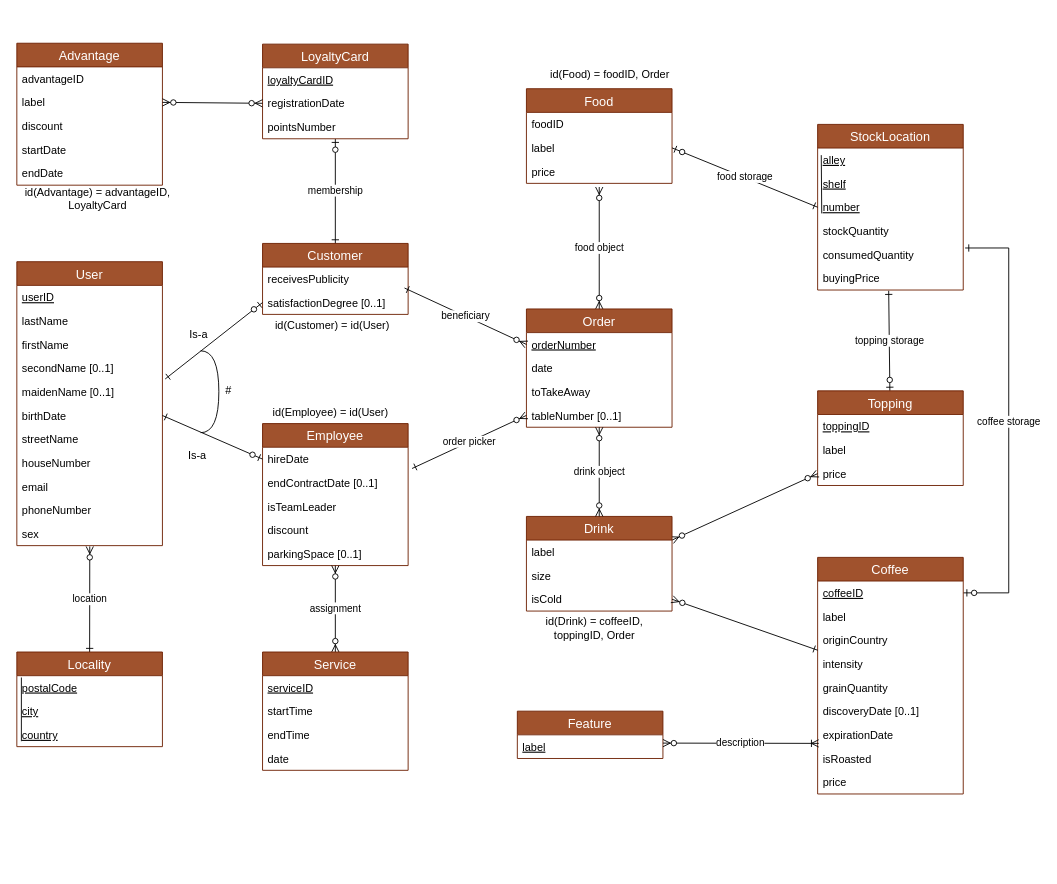
Earlier version of the draw.io diagram SchemaEA.drawio (DrakeXorn/CoffIG). Source tidied: cells renumbered, new cells numbered last; positions are measured from the earlier drawing's top-left corner, leaving out a move shared by most shapes. Both pictures are drawn from the tidied source at 91%, with x=0, y=0 at pixel (15, 43).
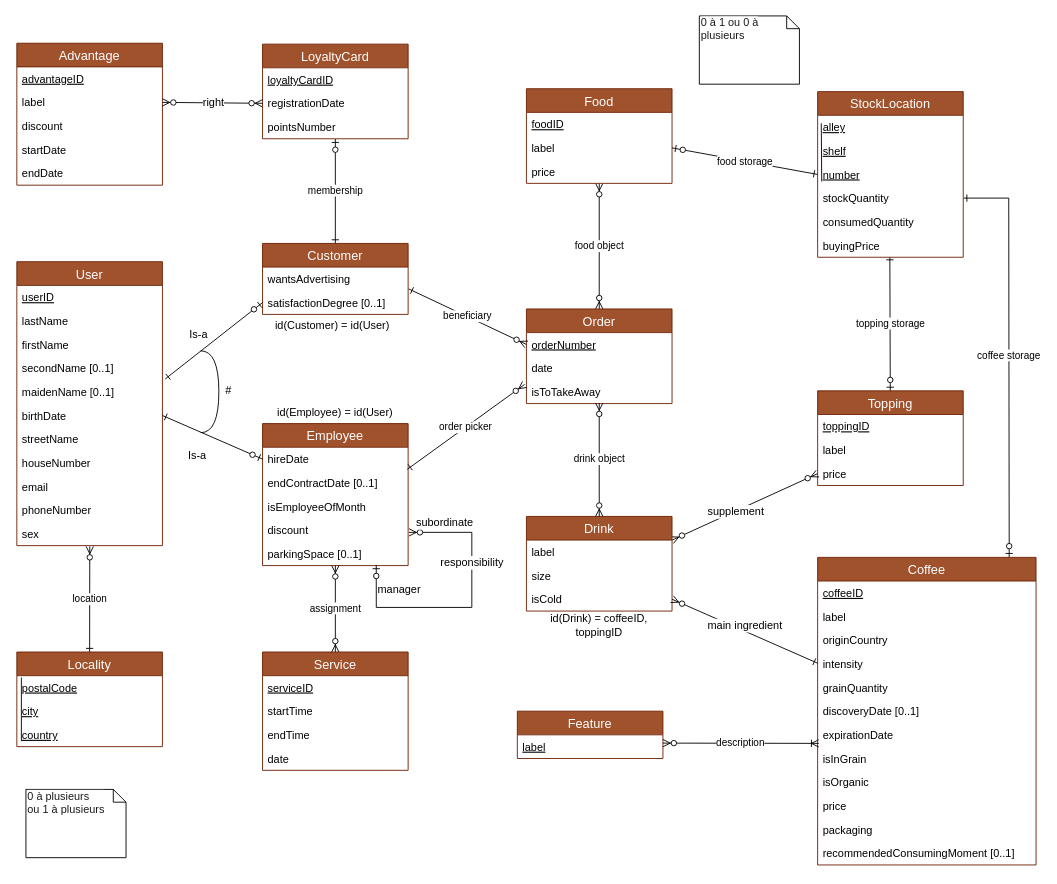
Above is the later version.

Commit message:
maj du schema mardi

Unchanged cells that the change refers to:
```xml
<mxCell id="4" value="orderNumber" style="text;strokeColor=none;fillColor=none;spacingLeft=4;spacingRight=4;overflow=hidden;points=[[0,0.5],[1,0.5]];portConstraint=eastwest;fontSize=12;fontStyle=4;" parent="3" vertex="1">
  <mxGeometry y="26" width="160" height="26" as="geometry" />
</mxCell>
<mxCell id="8" value="Food" style="swimlane;fontStyle=0;horizontal=1;startSize=26;fillColor=#a0522d;swimlaneFillColor=#ffffff;align=center;fontSize=14;strokeColor=#6D1F00;fontColor=#ffffff;" parent="1" vertex="1">
  <mxGeometry x="561" y="50" width="160" height="104" as="geometry" />
</mxCell>
<mxCell id="11" value="price" style="text;strokeColor=none;fillColor=none;spacingLeft=4;spacingRight=4;overflow=hidden;points=[[0,0.5],[1,0.5]];portConstraint=eastwest;fontSize=12;" parent="8" vertex="1">
  <mxGeometry y="78" width="160" height="26" as="geometry" />
</mxCell>
<mxCell id="13" value="Topping" style="swimlane;fontStyle=0;horizontal=1;startSize=26;fillColor=#a0522d;swimlaneFillColor=#ffffff;align=center;fontSize=14;strokeColor=#6D1F00;fontColor=#ffffff;" parent="1" vertex="1">
  <mxGeometry x="881" y="382" width="160" height="104" as="geometry" />
</mxCell>
<mxCell id="17" style="edgeStyle=none;rounded=0;jettySize=auto;html=1;exitX=1;exitY=0.25;exitDx=0;exitDy=0;entryX=0;entryY=0.5;entryDx=0;entryDy=0;startArrow=ERzeroToMany;startFill=1;endArrow=ERzeroToMany;endFill=1;" parent="1" edge="1" source="18" target="16">
  <mxGeometry relative="1" as="geometry" />
</mxCell>
<mxCell id="18" value="Drink" style="swimlane;fontStyle=0;horizontal=1;startSize=26;fillColor=#a0522d;swimlaneFillColor=#ffffff;align=center;fontSize=14;strokeColor=#6D1F00;fontColor=#ffffff;" parent="1" vertex="1">
  <mxGeometry x="561" y="520" width="160" height="104" as="geometry" />
</mxCell>
<mxCell id="39" value="stockQuantity" style="text;strokeColor=none;fillColor=none;spacingLeft=4;spacingRight=4;overflow=hidden;points=[[0,0.5],[1,0.5]];portConstraint=eastwest;fontSize=12;" parent="35" vertex="1">
  <mxGeometry y="104" width="160" height="26" as="geometry" />
</mxCell>
<mxCell id="40" value="consumedQuantity" style="text;strokeColor=none;fillColor=none;spacingLeft=4;spacingRight=4;overflow=hidden;points=[[0,0.5],[1,0.5]];portConstraint=eastwest;fontSize=12;" parent="35" vertex="1">
  <mxGeometry y="130" width="160" height="26" as="geometry" />
</mxCell>
<mxCell id="41" value="buyingPrice" style="text;strokeColor=none;fillColor=none;spacingLeft=4;spacingRight=4;overflow=hidden;points=[[0,0.5],[1,0.5]];portConstraint=eastwest;fontSize=12;" parent="35" vertex="1">
  <mxGeometry y="156" width="160" height="26" as="geometry" />
</mxCell>
<mxCell id="63" value="Customer" style="swimlane;fontStyle=0;horizontal=1;startSize=26;fillColor=#a0522d;swimlaneFillColor=#ffffff;align=center;fontSize=14;strokeColor=#6D1F00;fontColor=#ffffff;" parent="1" vertex="1">
  <mxGeometry x="271" y="220" width="160" height="78" as="geometry" />
</mxCell>
<mxCell id="65" value="satisfactionDegree [0..1]" style="text;strokeColor=none;fillColor=none;spacingLeft=4;spacingRight=4;overflow=hidden;points=[[0,0.5],[1,0.5]];portConstraint=eastwest;fontSize=12;" parent="63" vertex="1">
  <mxGeometry y="52" width="160" height="26" as="geometry" />
</mxCell>
<mxCell id="66" value="Employee" style="swimlane;fontStyle=0;horizontal=1;startSize=26;fillColor=#a0522d;swimlaneFillColor=#ffffff;align=center;fontSize=14;strokeColor=#6D1F00;fontColor=#ffffff;" parent="1" vertex="1">
  <mxGeometry x="271" y="418" width="160" height="156" as="geometry" />
</mxCell>
<mxCell id="67" value="hireDate" style="text;strokeColor=none;fillColor=none;spacingLeft=4;spacingRight=4;overflow=hidden;points=[[0,0.5],[1,0.5]];portConstraint=eastwest;fontSize=12;" parent="66" vertex="1">
  <mxGeometry y="26" width="160" height="26" as="geometry" />
</mxCell>
<mxCell id="70" value="discount" style="text;strokeColor=none;fillColor=none;spacingLeft=4;spacingRight=4;overflow=hidden;points=[[0,0.5],[1,0.5]];portConstraint=eastwest;fontSize=12;" parent="66" vertex="1">
  <mxGeometry y="104" width="160" height="26" as="geometry" />
</mxCell>
<mxCell id="71" value="parkingSpace [0..1]" style="text;strokeColor=none;fillColor=none;spacingLeft=4;spacingRight=4;overflow=hidden;points=[[0,0.5],[1,0.5]];portConstraint=eastwest;fontSize=12;" parent="66" vertex="1">
  <mxGeometry y="130" width="160" height="26" as="geometry" />
</mxCell>
<mxCell id="82" value="Advantage" style="swimlane;fontStyle=0;horizontal=1;startSize=26;fillColor=#a0522d;swimlaneFillColor=#ffffff;align=center;fontSize=14;strokeColor=#6D1F00;fontColor=#ffffff;" parent="1" vertex="1">
  <mxGeometry x="1" width="160" height="156" as="geometry" />
</mxCell>
<mxCell id="89" style="edgeStyle=none;rounded=0;jettySize=auto;html=1;exitX=1;exitY=0.5;exitDx=0;exitDy=0;startArrow=ERzeroToMany;startFill=1;endArrow=ERone;endFill=0;" parent="1" edge="1" source="21" target="23">
  <mxGeometry relative="1" as="geometry" />
</mxCell>
<mxCell id="95" style="edgeStyle=none;rounded=0;jettySize=auto;html=1;exitX=0;exitY=0.5;exitDx=0;exitDy=0;entryX=1;entryY=0.5;entryDx=0;entryDy=0;startArrow=ERzeroToMany;startFill=1;endArrow=ERzeroToMany;endFill=1;" parent="1" edge="1" source="80" target="84">
  <mxGeometry relative="1" as="geometry" />
</mxCell>
```

Diff of the diagram source:
```diff
@@
-    <mxCell id="2" value="food object" style="edgeStyle=none;rounded=0;orthogonalLoop=1;jettySize=auto;html=1;startArrow=ERzeroToMany;startFill=1;endArrow=ERzeroToMany;endFill=1;" parent="1" edge="1">
+    <mxCell id="2" value="food object" style="edgeStyle=none;rounded=0;jettySize=auto;html=1;startArrow=ERzeroToMany;startFill=1;endArrow=ERzeroToMany;endFill=1;" parent="1" edge="1" target="11">
       <mxGeometry relative="1" as="geometry">
         <mxPoint x="641" y="292" as="sourcePoint" />
-        <mxPoint x="641" y="158" as="targetPoint" />
       </mxGeometry>
     </mxCell>
     <mxCell id="3" value="Order" style="swimlane;fontStyle=0;horizontal=1;startSize=26;fillColor=#a0522d;swimlaneFillColor=#ffffff;align=center;fontSize=14;strokeColor=#6D1F00;fontColor=#ffffff;" parent="1" vertex="1">
-      <mxGeometry x="561" y="292" width="160" height="130" as="geometry" />
+      <mxGeometry x="561" y="292" width="160" height="104" as="geometry" />
     </mxCell>
@@
-    <mxCell id="6" value="toTakeAway" style="text;strokeColor=none;fillColor=none;spacingLeft=4;spacingRight=4;overflow=hidden;points=[[0,0.5],[1,0.5]];portConstraint=eastwest;fontSize=12;" parent="3" vertex="1">
+    <mxCell id="6" value="isToTakeAway" style="text;strokeColor=none;fillColor=none;spacingLeft=4;spacingRight=4;overflow=hidden;points=[[0,0.5],[1,0.5]];portConstraint=eastwest;fontSize=12;" parent="3" vertex="1">
       <mxGeometry y="78" width="160" height="26" as="geometry" />
     </mxCell>
-    <mxCell id="7" value="tableNumber [0..1]" style="text;strokeColor=none;fillColor=none;spacingLeft=4;spacingRight=4;overflow=hidden;points=[[0,0.5],[1,0.5]];portConstraint=eastwest;fontSize=12;" parent="3" vertex="1">
-      <mxGeometry y="104" width="160" height="26" as="geometry" />
-    </mxCell>
@@
-    <mxCell id="9" value="foodID" style="text;strokeColor=none;fillColor=none;spacingLeft=4;spacingRight=4;overflow=hidden;fontSize=12;fontStyle=0;" parent="8" vertex="1">
+    <mxCell id="9" value="foodID" style="text;strokeColor=none;fillColor=none;spacingLeft=4;spacingRight=4;overflow=hidden;fontSize=12;fontStyle=4;" parent="8" vertex="1">
       <mxGeometry y="26" width="160" height="26" as="geometry" />
     </mxCell>
@@
-    <mxCell id="12" value="topping storage" style="edgeStyle=none;rounded=0;jettySize=auto;html=1;entryX=0.488;entryY=1.032;entryDx=0;entryDy=0;entryPerimeter=0;startArrow=ERzeroToOne;startFill=1;endArrow=ERone;endFill=0;" parent="1" edge="1" source="13" target="41">
+    <mxCell id="12" value="topping storage" style="edgeStyle=none;rounded=0;jettySize=auto;html=1;startArrow=ERzeroToOne;startFill=1;endArrow=ERone;endFill=0;entryX=0.496;entryY=0.955;entryDx=0;entryDy=0;entryPerimeter=0;" parent="1" edge="1" source="13" target="41">
       <mxGeometry relative="1" as="geometry" />
     </mxCell>
@@
+    <mxCell id="105" value="supplement" style="text;html=1;align=center;verticalAlign=middle;labelBackgroundColor=#FFFFFF;" parent="17" vertex="1">
+      <mxGeometry x="-0.12" relative="1" as="geometry">
+        <mxPoint x="-1" as="offset" />
+      </mxGeometry>
+    </mxCell>
@@
-    <mxCell id="22" value="coffee storage" style="edgeStyle=orthogonalEdgeStyle;rounded=0;jettySize=auto;html=1;exitX=1;exitY=0.5;exitDx=0;exitDy=0;entryX=1.013;entryY=0.224;entryDx=0;entryDy=0;entryPerimeter=0;startArrow=ERzeroToOne;startFill=1;endArrow=ERone;endFill=0;" parent="1" edge="1" source="24" target="40">
+    <mxCell id="22" value="coffee storage" style="edgeStyle=orthogonalEdgeStyle;rounded=0;jettySize=auto;html=1;entryX=1;entryY=0.5;entryDx=0;entryDy=0;startArrow=ERzeroToOne;startFill=1;endArrow=ERone;endFill=0;exitX=0.877;exitY=-0.001;exitDx=0;exitDy=0;exitPerimeter=0;" parent="1" edge="1" source="23" target="39">
       <mxGeometry relative="1" as="geometry">
         <Array as="points">
-          <mxPoint x="1091" y="604" />
-          <mxPoint x="1091" y="225" />
+          <mxPoint x="1091" y="550" />
+          <mxPoint x="1091" y="170" />
         </Array>
       </mxGeometry>
     </mxCell>
     <mxCell id="23" value="Coffee" style="swimlane;fontStyle=0;horizontal=1;startSize=26;fillColor=#a0522d;swimlaneFillColor=#ffffff;align=center;fontSize=14;strokeColor=#6D1F00;fontColor=#ffffff;" parent="1" vertex="1">
-      <mxGeometry x="881" y="565" width="160" height="260" as="geometry" />
+      <mxGeometry x="881" y="565" width="240" height="338" as="geometry" />
     </mxCell>
     <mxCell id="24" value="coffeeID" style="text;strokeColor=none;fillColor=none;spacingLeft=4;spacingRight=4;overflow=hidden;points=[[0,0.5],[1,0.5]];portConstraint=eastwest;fontSize=12;fontStyle=4;" parent="23" vertex="1">
-      <mxGeometry y="26" width="160" height="26" as="geometry" />
+      <mxGeometry y="26" width="240" height="26" as="geometry" />
     </mxCell>
     <mxCell id="25" value="label" style="text;strokeColor=none;fillColor=none;spacingLeft=4;spacingRight=4;overflow=hidden;fontSize=12;" parent="23" vertex="1">
-      <mxGeometry y="52" width="160" height="26" as="geometry" />
+      <mxGeometry y="52" width="240" height="26" as="geometry" />
     </mxCell>
     <mxCell id="26" value="originCountry" style="text;strokeColor=none;fillColor=none;spacingLeft=4;spacingRight=4;overflow=hidden;fontSize=12;" parent="23" vertex="1">
-      <mxGeometry y="78" width="160" height="26" as="geometry" />
+      <mxGeometry y="78" width="240" height="26" as="geometry" />
     </mxCell>
     <mxCell id="27" value="intensity" style="text;strokeColor=none;fillColor=none;spacingLeft=4;spacingRight=4;overflow=hidden;fontSize=12;" parent="23" vertex="1">
-      <mxGeometry y="104" width="160" height="26" as="geometry" />
+      <mxGeometry y="104" width="240" height="26" as="geometry" />
     </mxCell>
     <mxCell id="28" value="grainQuantity" style="text;strokeColor=none;fillColor=none;spacingLeft=4;spacingRight=4;overflow=hidden;fontSize=12;" parent="23" vertex="1">
-      <mxGeometry y="130" width="160" height="26" as="geometry" />
+      <mxGeometry y="130" width="240" height="26" as="geometry" />
     </mxCell>
     <mxCell id="29" value="discoveryDate [0..1]" style="text;strokeColor=none;fillColor=none;spacingLeft=4;spacingRight=4;overflow=hidden;fontSize=12;" parent="23" vertex="1">
-      <mxGeometry y="156" width="160" height="26" as="geometry" />
+      <mxGeometry y="156" width="240" height="26" as="geometry" />
     </mxCell>
     <mxCell id="30" value="expirationDate" style="text;strokeColor=none;fillColor=none;spacingLeft=4;spacingRight=4;overflow=hidden;fontSize=12;" parent="23" vertex="1">
-      <mxGeometry y="182" width="160" height="26" as="geometry" />
+      <mxGeometry y="182" width="240" height="26" as="geometry" />
     </mxCell>
-    <mxCell id="31" value="isRoasted" style="text;strokeColor=none;fillColor=none;spacingLeft=4;spacingRight=4;overflow=hidden;fontSize=12;" parent="23" vertex="1">
-      <mxGeometry y="208" width="160" height="26" as="geometry" />
+    <mxCell id="31" value="isInGrain" style="text;spacingLeft=4;spacingRight=4;overflow=hidden;fontSize=12;" parent="23" vertex="1">
+      <mxGeometry y="208" width="240" height="26" as="geometry" />
     </mxCell>
+    <mxCell id="106" value="isOrganic" style="text;strokeColor=none;fillColor=none;spacingLeft=4;spacingRight=4;overflow=hidden;fontSize=12;labelBackgroundColor=#FFFFFF;" parent="23" vertex="1">
+      <mxGeometry y="234" width="240" height="26" as="geometry" />
+    </mxCell>
     <mxCell id="32" value="price" style="text;strokeColor=none;fillColor=none;spacingLeft=4;spacingRight=4;overflow=hidden;fontSize=12;" parent="23" vertex="1">
-      <mxGeometry y="234" width="160" height="26" as="geometry" />
+      <mxGeometry y="260" width="240" height="26" as="geometry" />
     </mxCell>
+    <mxCell id="107" value="packaging" style="text;strokeColor=none;fillColor=none;spacingLeft=4;spacingRight=4;overflow=hidden;fontSize=12;labelBackgroundColor=#FFFFFF;" parent="23" vertex="1">
+      <mxGeometry y="286" width="240" height="26" as="geometry" />
+    </mxCell>
+    <mxCell id="108" value="recommendedConsumingMoment [0..1]" style="text;strokeColor=none;fillColor=none;spacingLeft=4;spacingRight=4;overflow=hidden;fontSize=12;labelBackgroundColor=#FFFFFF;" parent="23" vertex="1">
+      <mxGeometry y="312" width="240" height="26" as="geometry" />
+    </mxCell>
@@
     <mxCell id="35" value="StockLocation" style="swimlane;fontStyle=0;horizontal=1;startSize=26;fillColor=#a0522d;swimlaneFillColor=#ffffff;align=center;fontSize=14;strokeColor=#6D1F00;fontColor=#ffffff;" parent="1" vertex="1">
-      <mxGeometry x="881" y="89.2" width="160" height="182" as="geometry" />
+      <mxGeometry x="881" y="53.2" width="160" height="182" as="geometry" />
     </mxCell>
@@
-    <mxCell id="42" value="id(Drink) = coffeeID, toppingID, Order" style="text;html=1;strokeColor=none;fillColor=none;align=center;verticalAlign=middle;whiteSpace=wrap;rounded=0;" parent="1" vertex="1">
-      <mxGeometry x="561" y="633" width="150" height="20" as="geometry" />
+    <mxCell id="42" value="id(Drink) = coffeeID, toppingID" style="text;html=1;strokeColor=none;fillColor=none;align=center;verticalAlign=middle;whiteSpace=wrap;rounded=0;" parent="1" vertex="1">
+      <mxGeometry x="566" y="630" width="150" height="20" as="geometry" />
     </mxCell>
-    <mxCell id="43" value="id(Food) = foodID, Order" style="text;html=1;strokeColor=none;fillColor=none;align=center;verticalAlign=middle;whiteSpace=wrap;rounded=0;" parent="1" vertex="1">
-      <mxGeometry x="558" y="25" width="190" height="20" as="geometry" />
-    </mxCell>
@@
-    <mxCell id="64" value="receivesPublicity" style="text;strokeColor=none;fillColor=none;spacingLeft=4;spacingRight=4;overflow=hidden;points=[[0,0.5],[1,0.5]];portConstraint=eastwest;fontSize=12;" parent="63" vertex="1">
+    <mxCell id="64" value="wantsAdvertising" style="text;strokeColor=none;fillColor=none;spacingLeft=4;spacingRight=4;overflow=hidden;points=[[0,0.5],[1,0.5]];portConstraint=eastwest;fontSize=12;" parent="63" vertex="1">
       <mxGeometry y="26" width="160" height="26" as="geometry" />
     </mxCell>
@@
+    <mxCell id="109" style="edgeStyle=orthogonalEdgeStyle;rounded=0;jettySize=auto;html=1;entryX=0.781;entryY=0.979;entryDx=0;entryDy=0;startArrow=ERzeroToMany;startFill=1;endArrow=ERzeroToOne;endFill=1;entryPerimeter=0;exitX=1.006;exitY=0.597;exitDx=0;exitDy=0;exitPerimeter=0;" parent="66" edge="1" source="70" target="71">
+      <mxGeometry relative="1" as="geometry">
+        <Array as="points">
+          <mxPoint x="230" y="120" />
+          <mxPoint x="230" y="202" />
+          <mxPoint x="125" y="202" />
+        </Array>
+      </mxGeometry>
+    </mxCell>
+    <mxCell id="110" value="manager" style="text;html=1;align=center;verticalAlign=middle;labelBackgroundColor=#ffffff;" parent="109" vertex="1">
+      <mxGeometry x="0.53" relative="1" as="geometry">
+        <mxPoint x="-0.5" y="-20" as="offset" />
+      </mxGeometry>
+    </mxCell>
+    <mxCell id="111" value="subordinate" style="text;html=1;align=center;verticalAlign=middle;labelBackgroundColor=#ffffff;" parent="109" vertex="1">
+      <mxGeometry x="-0.55" relative="1" as="geometry">
+        <mxPoint x="-29.5" y="-11.5" as="offset" />
+      </mxGeometry>
+    </mxCell>
+    <mxCell id="112" value="responsibility" style="text;html=1;align=center;verticalAlign=middle;labelBackgroundColor=#ffffff;rotation=0;" parent="109" vertex="1">
+      <mxGeometry x="0.12" relative="1" as="geometry">
+        <mxPoint x="18" y="-50" as="offset" />
+      </mxGeometry>
+    </mxCell>
-    <mxCell id="69" value="isTeamLeader" style="text;strokeColor=none;fillColor=none;spacingLeft=4;spacingRight=4;overflow=hidden;fontSize=12;" parent="66" vertex="1">
+    <mxCell id="69" value="isEmployeeOfMonth" style="text;strokeColor=none;fillColor=none;spacingLeft=4;spacingRight=4;overflow=hidden;fontSize=12;" parent="66" vertex="1">
       <mxGeometry y="78" width="160" height="26" as="geometry" />
     </mxCell>
@@
-    <mxCell id="83" value="advantageID" style="text;strokeColor=none;fillColor=none;spacingLeft=4;spacingRight=4;overflow=hidden;fontSize=12;" parent="82" vertex="1">
+    <mxCell id="83" value="advantageID" style="text;strokeColor=none;fillColor=none;spacingLeft=4;spacingRight=4;overflow=hidden;fontSize=12;fontStyle=4;" parent="82" vertex="1">
       <mxGeometry y="26" width="160" height="26" as="geometry" />
     </mxCell>
@@
-    <mxCell id="88" value="drink object" style="edgeStyle=none;rounded=0;jettySize=auto;html=1;startArrow=ERzeroToMany;startFill=1;endArrow=ERzeroToMany;endFill=1;" parent="1" edge="1" source="7" target="18">
+    <mxCell id="88" value="drink object" style="edgeStyle=none;rounded=0;jettySize=auto;html=1;startArrow=ERzeroToMany;startFill=1;endArrow=ERzeroToMany;endFill=1;exitX=0.5;exitY=0.977;exitDx=0;exitDy=0;exitPerimeter=0;" parent="1" edge="1" source="6" target="18">
       <mxGeometry relative="1" as="geometry" />
     </mxCell>
@@
+    <mxCell id="113" value="main ingredient" style="text;html=1;align=center;verticalAlign=middle;labelBackgroundColor=#FFFFFF;" parent="89" vertex="1">
+      <mxGeometry x="-0.17" y="1" relative="1" as="geometry">
+        <mxPoint x="12" as="offset" />
+      </mxGeometry>
+    </mxCell>
@@
     <mxCell id="91" style="endArrow=none;html=1;" parent="1" edge="1">
       <mxGeometry relative="1" as="geometry">
-        <mxPoint x="885.5" y="187" as="sourcePoint" />
-        <mxPoint x="885" y="123" as="targetPoint" />
+        <mxPoint x="885.5" y="152" as="sourcePoint" />
+        <mxPoint x="885" y="88" as="targetPoint" />
       </mxGeometry>
     </mxCell>
@@
-    <mxCell id="93" value="beneficiary" style="edgeStyle=none;rounded=0;jettySize=auto;html=1;exitX=0;exitY=0.5;exitDx=0;exitDy=0;entryX=0.975;entryY=-0.115;entryDx=0;entryDy=0;entryPerimeter=0;startArrow=ERzeroToMany;startFill=1;endArrow=ERone;endFill=0;" parent="1" edge="1" source="4" target="65">
+    <mxCell id="93" value="beneficiary" style="edgeStyle=none;rounded=0;jettySize=auto;html=1;exitX=0;exitY=0.5;exitDx=0;exitDy=0;entryX=1.004;entryY=0.923;entryDx=0;entryDy=0;entryPerimeter=0;startArrow=ERzeroToMany;startFill=1;endArrow=ERone;endFill=0;" parent="1" edge="1" source="4" target="64">
       <mxGeometry relative="1" as="geometry" />
     </mxCell>
-    <mxCell id="94" value="order picker" style="edgeStyle=none;rounded=0;jettySize=auto;html=1;exitX=0;exitY=0.5;exitDx=0;exitDy=0;entryX=1.027;entryY=0.897;entryDx=0;entryDy=0;entryPerimeter=0;startArrow=ERzeroToMany;startFill=1;endArrow=ERone;endFill=0;" parent="1" edge="1" source="7" target="67">
-      <mxGeometry relative="1" as="geometry" />
+    <mxCell id="94" value="order picker" style="edgeStyle=none;rounded=0;jettySize=auto;html=1;entryX=0.994;entryY=0.934;entryDx=0;entryDy=0;entryPerimeter=0;startArrow=ERzeroToMany;startFill=1;endArrow=ERone;endFill=0;" parent="1" edge="1" target="67">
+      <mxGeometry relative="1" as="geometry">
+        <mxPoint x="559" y="375" as="sourcePoint" />
+      </mxGeometry>
     </mxCell>
@@
+    <mxCell id="114" value="right" style="text;html=1;align=center;verticalAlign=middle;labelBackgroundColor=#ffffff;" parent="95" vertex="1">
+      <mxGeometry x="0.09" relative="1" as="geometry">
+        <mxPoint x="5" y="-1" as="offset" />
+      </mxGeometry>
+    </mxCell>
@@
     <mxCell id="101" value="id(Employee) = id(User)" style="text;html=1;strokeColor=none;fillColor=none;align=center;verticalAlign=middle;whiteSpace=wrap;rounded=0;" parent="1" vertex="1">
-      <mxGeometry x="271" y="396" width="150" height="20" as="geometry" />
+      <mxGeometry x="276" y="396" width="150" height="20" as="geometry" />
     </mxCell>
-    <mxCell id="102" value="id(Advantage) = advantageID, LoyaltyCard" style="text;html=1;strokeColor=none;fillColor=none;align=center;verticalAlign=middle;whiteSpace=wrap;rounded=0;" parent="1" vertex="1">
-      <mxGeometry y="161" width="180" height="20" as="geometry" />
-    </mxCell>
@@
+    <mxCell id="115" value="&lt;font color=&quot;#1a1a1a&quot;&gt;0 à 1 ou 0 à&lt;br&gt;plusieurs&lt;/font&gt;" style="shape=note;whiteSpace=wrap;html=1;size=14;verticalAlign=top;align=left;spacingTop=-6;labelBackgroundColor=#FFFFFF;" parent="1" vertex="1">
+      <mxGeometry x="751" y="-30" width="110" height="75" as="geometry" />
+    </mxCell>
+    <mxCell id="116" value="&lt;font color=&quot;#1a1a1a&quot;&gt;0 à plusieurs&amp;nbsp;&lt;br&gt;ou 1 à plusieurs&lt;br&gt;&lt;/font&gt;" style="shape=note;whiteSpace=wrap;html=1;size=14;verticalAlign=top;align=left;spacingTop=-6;labelBackgroundColor=#FFFFFF;fontColor=#D5E8D4;" parent="1" vertex="1">
+      <mxGeometry x="11" y="820" width="110" height="75" as="geometry" />
+    </mxCell>
```
